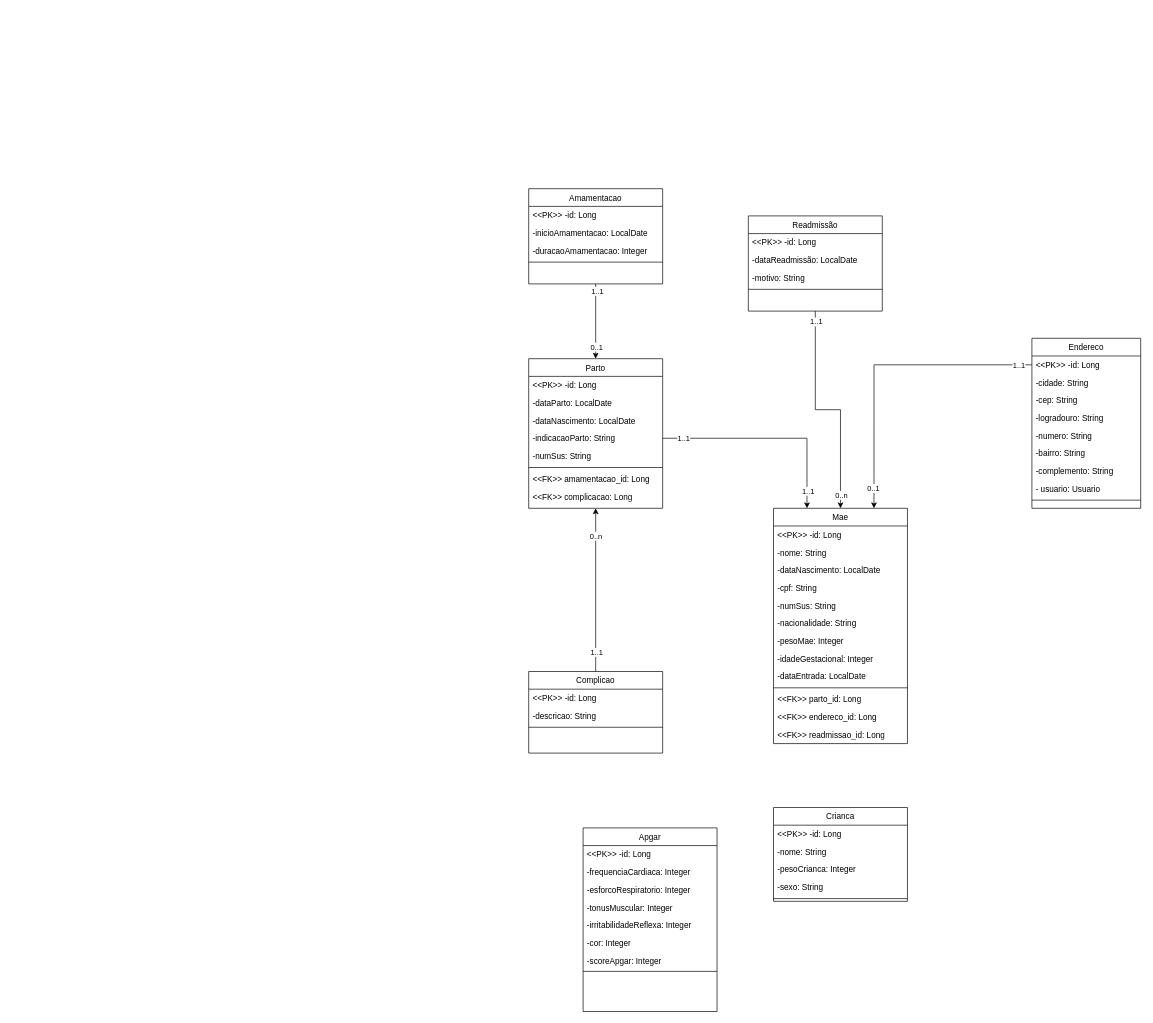
Earlier version of the draw.io diagram neonatal - diagrama de classe.drawio (Emerson66/hminsn). Source tidied: cells renumbered, new cells numbered last; positions are measured from the earlier drawing's top-left corner, leaving out a move shared by most shapes. Both pictures are drawn from the tidied source at 68%, with x=0, y=0 at pixel (528, 188).
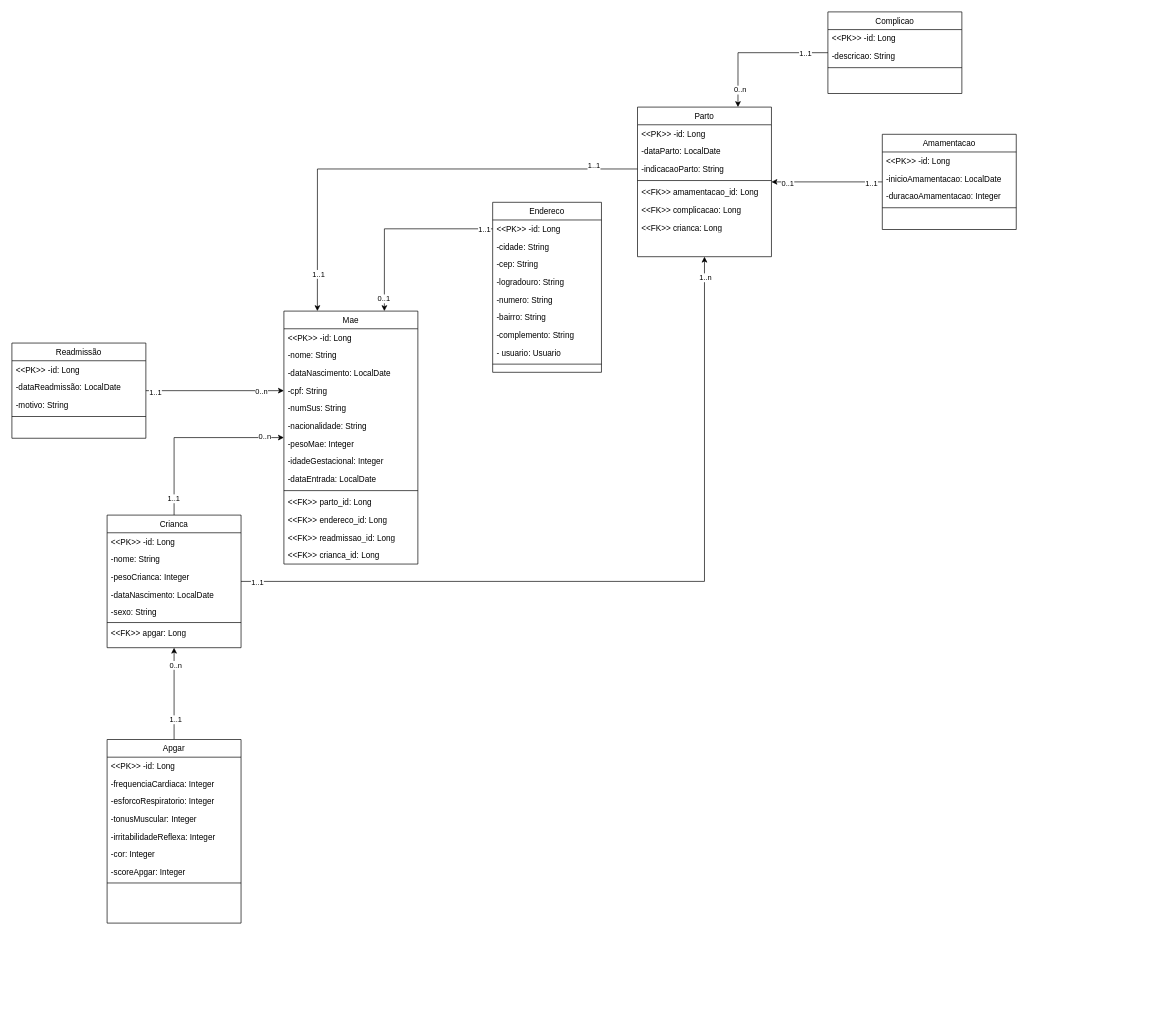
Above is the later version.

Unchanged cells that the change refers to:
```xml
<mxCell id="6" value="-cpf: String" style="text;align=left;verticalAlign=top;spacingLeft=4;spacingRight=4;overflow=hidden;points=[[0,0.5],[1,0.5]];portConstraint=eastwest;rounded=0;shadow=0;html=0;" parent="2" vertex="1">
  <mxGeometry y="104" width="197" height="26" as="geometry" />
</mxCell>
```

The edit, as a diff of the source:
```diff
@@
+    <mxCell id="79" style="edgeStyle=orthogonalEdgeStyle;rounded=0;jettySize=auto;html=1;entryX=0.5;entryY=0;entryDx=0;entryDy=0;endArrow=none;endFill=0;startArrow=classic;startFill=1;" parent="1" edge="1" source="2" target="64">
+      <mxGeometry relative="1" as="geometry" />
+    </mxCell>
+    <mxCell id="80" value="1..1" style="edgeLabel;html=1;align=center;verticalAlign=middle;" parent="79" vertex="1">
+      <mxGeometry x="0.82" y="-1" relative="1" as="geometry" />
+    </mxCell>
+    <mxCell id="81" value="0..n" style="edgeLabel;html=1;align=center;verticalAlign=middle;" parent="79" vertex="1">
+      <mxGeometry x="-0.83" y="1" relative="1" as="geometry">
+        <mxPoint x="-6" y="-4" as="offset" />
+      </mxGeometry>
+    </mxCell>
     <mxCell id="2" value="Mae" style="swimlane;fontStyle=0;align=center;verticalAlign=top;horizontal=1;startSize=26;rounded=0;shadow=0;strokeWidth=1;" parent="1" vertex="1">
-      <mxGeometry x="360" y="470" width="197" height="346" as="geometry" />
+      <mxGeometry x="-360" y="180" width="197" height="372" as="geometry" />
     </mxCell>
@@
+    <mxCell id="82" value="&amp;lt;&amp;lt;FK&amp;gt;&amp;gt; crianca_id&lt;span style=&quot;background-color: initial;&quot;&gt;: Long&lt;/span&gt;" style="text;strokeColor=none;fillColor=none;align=left;verticalAlign=top;spacingLeft=4;spacingRight=4;overflow=hidden;whiteSpace=wrap;html=1;" parent="2" vertex="1">
+      <mxGeometry y="346" width="197" height="26" as="geometry" />
+    </mxCell>
     <mxCell id="16" value="Endereco" style="swimlane;fontStyle=0;align=center;verticalAlign=top;horizontal=1;startSize=26;rounded=0;shadow=0;strokeWidth=1;" parent="1" vertex="1">
-      <mxGeometry x="740" y="220" width="160" height="250" as="geometry" />
+      <mxGeometry x="-53" y="20" width="160" height="250" as="geometry" />
     </mxCell>
@@
     <mxCell id="29" value="Parto" style="swimlane;fontStyle=0;align=center;verticalAlign=top;horizontal=1;startSize=26;rounded=0;shadow=0;strokeWidth=1;" parent="1" vertex="1">
-      <mxGeometry y="250" width="197" height="220" as="geometry" />
+      <mxGeometry x="160" y="-120" width="197" height="220" as="geometry" />
     </mxCell>
@@
-    <mxCell id="32" value="-dataNascimento: LocalDate" style="text;align=left;verticalAlign=top;spacingLeft=4;spacingRight=4;overflow=hidden;rounded=0;shadow=0;html=0;" parent="29" vertex="1">
-      <mxGeometry y="78" width="197" height="26" as="geometry" />
-    </mxCell>
     <mxCell id="33" value="-indicacaoParto: String" style="text;align=left;verticalAlign=top;spacingLeft=4;spacingRight=4;overflow=hidden;points=[[0,0.5],[1,0.5]];portConstraint=eastwest;rounded=0;shadow=0;html=0;" parent="29" vertex="1">
-      <mxGeometry y="104" width="197" height="26" as="geometry" />
+      <mxGeometry y="78" width="197" height="26" as="geometry" />
     </mxCell>
-    <mxCell id="34" value="-numSus: String" style="text;align=left;verticalAlign=top;spacingLeft=4;spacingRight=4;overflow=hidden;rounded=0;shadow=0;html=0;" parent="29" vertex="1">
-      <mxGeometry y="130" width="197" height="26" as="geometry" />
-    </mxCell>
     <mxCell id="35" style="line;strokeWidth=1;fillColor=none;align=left;verticalAlign=middle;spacingTop=-1;spacingLeft=3;spacingRight=3;labelPosition=right;strokeColor=inherit;" parent="29" vertex="1">
-      <mxGeometry y="156" width="197" height="8" as="geometry" />
+      <mxGeometry y="104" width="197" height="8" as="geometry" />
     </mxCell>
     <mxCell id="36" value="&amp;lt;&amp;lt;FK&amp;gt;&amp;gt; amamentacao_id&lt;span style=&quot;background-color: initial;&quot;&gt;: Long&lt;/span&gt;" style="text;strokeColor=none;fillColor=none;align=left;verticalAlign=top;spacingLeft=4;spacingRight=4;overflow=hidden;whiteSpace=wrap;html=1;" parent="29" vertex="1">
-      <mxGeometry y="164" width="197" height="26" as="geometry" />
+      <mxGeometry y="112" width="197" height="26" as="geometry" />
     </mxCell>
     <mxCell id="37" value="&amp;lt;&amp;lt;FK&amp;gt;&amp;gt; complicacao&lt;span style=&quot;background-color: initial;&quot;&gt;: Long&lt;/span&gt;" style="text;strokeColor=none;fillColor=none;align=left;verticalAlign=top;spacingLeft=4;spacingRight=4;overflow=hidden;whiteSpace=wrap;html=1;" parent="29" vertex="1">
-      <mxGeometry y="190" width="197" height="26" as="geometry" />
+      <mxGeometry y="138" width="197" height="26" as="geometry" />
     </mxCell>
+    <mxCell id="83" value="&amp;lt;&amp;lt;FK&amp;gt;&amp;gt; crianca&lt;span style=&quot;background-color: initial;&quot;&gt;: Long&lt;/span&gt;" style="text;strokeColor=none;fillColor=none;align=left;verticalAlign=top;spacingLeft=4;spacingRight=4;overflow=hidden;whiteSpace=wrap;html=1;" parent="29" vertex="1">
+      <mxGeometry y="164" width="197" height="26" as="geometry" />
+    </mxCell>
@@
+    <mxCell id="84" style="edgeStyle=orthogonalEdgeStyle;rounded=0;jettySize=auto;html=1;entryX=0.75;entryY=0;entryDx=0;entryDy=0;" parent="1" edge="1" source="41" target="29">
+      <mxGeometry relative="1" as="geometry" />
+    </mxCell>
+    <mxCell id="85" value="1..1" style="edgeLabel;html=1;align=center;verticalAlign=middle;" parent="84" vertex="1">
+      <mxGeometry x="-0.69" y="1" relative="1" as="geometry">
+        <mxPoint x="-1" as="offset" />
+      </mxGeometry>
+    </mxCell>
+    <mxCell id="86" value="0..n" style="edgeLabel;html=1;align=center;verticalAlign=middle;" parent="84" vertex="1">
+      <mxGeometry x="0.76" y="3" relative="1" as="geometry" />
+    </mxCell>
     <mxCell id="41" value="Complicao" style="swimlane;fontStyle=0;align=center;verticalAlign=top;horizontal=1;startSize=26;rounded=0;shadow=0;strokeWidth=1;" parent="1" vertex="1">
-      <mxGeometry y="710" width="197" height="120" as="geometry" />
+      <mxGeometry x="440" y="-260" width="197" height="120" as="geometry" />
     </mxCell>
@@
-    <mxCell id="45" style="edgeStyle=orthogonalEdgeStyle;rounded=0;jettySize=auto;html=1;entryX=0.5;entryY=0;entryDx=0;entryDy=0;endArrow=none;endFill=0;strokeColor=default;startArrow=classic;startFill=1;" parent="1" edge="1" source="29" target="41">
-      <mxGeometry relative="1" as="geometry" />
-    </mxCell>
-    <mxCell id="46" value="0..n" style="edgeLabel;html=1;align=center;verticalAlign=middle;" parent="45" vertex="1">
-      <mxGeometry x="-0.67" y="3" relative="1" as="geometry">
-        <mxPoint x="-3" as="offset" />
-      </mxGeometry>
-    </mxCell>
-    <mxCell id="47" value="1..1" style="edgeLabel;html=1;align=center;verticalAlign=middle;" parent="45" vertex="1">
-      <mxGeometry x="0.91" y="1" relative="1" as="geometry">
-        <mxPoint y="-18" as="offset" />
-      </mxGeometry>
-    </mxCell>
-    <mxCell id="48" style="edgeStyle=orthogonalEdgeStyle;rounded=0;jettySize=auto;html=1;entryX=0.5;entryY=0;entryDx=0;entryDy=0;" parent="1" edge="1" source="51" target="29">
+    <mxCell id="48" style="edgeStyle=orthogonalEdgeStyle;rounded=0;jettySize=auto;html=1;" parent="1" edge="1" source="51" target="29">
       <mxGeometry relative="1" as="geometry" />
     </mxCell>
-    <mxCell id="49" value="1..1" style="edgeLabel;html=1;align=center;verticalAlign=middle;" parent="48" vertex="1">
-      <mxGeometry x="-0.82" y="2" relative="1" as="geometry" />
-    </mxCell>
     <mxCell id="50" value="0..1" style="edgeLabel;html=1;align=center;verticalAlign=middle;" parent="48" vertex="1">
-      <mxGeometry x="0.67" y="1" relative="1" as="geometry" />
+      <mxGeometry x="0.71" y="2" relative="1" as="geometry">
+        <mxPoint x="-1" as="offset" />
+      </mxGeometry>
     </mxCell>
+    <mxCell id="87" value="1..1" style="edgeLabel;html=1;align=center;verticalAlign=middle;" parent="48" vertex="1">
+      <mxGeometry x="-0.78" y="1" relative="1" as="geometry">
+        <mxPoint x="1" as="offset" />
+      </mxGeometry>
+    </mxCell>
     <mxCell id="51" value="Amamentacao" style="swimlane;fontStyle=0;align=center;verticalAlign=top;horizontal=1;startSize=26;rounded=0;shadow=0;strokeWidth=1;" parent="1" vertex="1">
-      <mxGeometry width="197" height="140" as="geometry" />
+      <mxGeometry x="520" y="-80" width="197" height="140" as="geometry" />
     </mxCell>
@@
-    <mxCell id="56" style="edgeStyle=orthogonalEdgeStyle;rounded=0;jettySize=auto;html=1;entryX=0.5;entryY=0;entryDx=0;entryDy=0;" parent="1" edge="1" source="59" target="2">
-      <mxGeometry relative="1" as="geometry" />
-    </mxCell>
-    <mxCell id="57" value="1..1" style="edgeLabel;html=1;align=center;verticalAlign=middle;" parent="56" vertex="1">
-      <mxGeometry x="-0.91" y="1" relative="1" as="geometry" />
-    </mxCell>
-    <mxCell id="58" value="0..n" style="edgeLabel;html=1;align=center;verticalAlign=middle;" parent="56" vertex="1">
-      <mxGeometry x="0.88" y="1" relative="1" as="geometry" />
-    </mxCell>
+    <mxCell id="88" style="edgeStyle=orthogonalEdgeStyle;rounded=0;jettySize=auto;html=1;entryX=0;entryY=0.5;entryDx=0;entryDy=0;" parent="1" edge="1" source="59" target="6">
+      <mxGeometry relative="1" as="geometry" />
+    </mxCell>
+    <mxCell id="89" value="1..1" style="edgeLabel;html=1;align=center;verticalAlign=middle;" parent="88" vertex="1">
+      <mxGeometry x="-0.87" y="-2" relative="1" as="geometry" />
+    </mxCell>
+    <mxCell id="90" value="0..n" style="edgeLabel;html=1;align=center;verticalAlign=middle;" parent="88" vertex="1">
+      <mxGeometry x="0.66" y="-1" relative="1" as="geometry">
+        <mxPoint x="1" as="offset" />
+      </mxGeometry>
+    </mxCell>
     <mxCell id="59" value="Readmissão" style="swimlane;fontStyle=0;align=center;verticalAlign=top;horizontal=1;startSize=26;rounded=0;shadow=0;strokeWidth=1;" parent="1" vertex="1">
-      <mxGeometry x="323" y="40" width="197" height="140" as="geometry" />
+      <mxGeometry x="-760" y="227" width="197" height="140" as="geometry" />
     </mxCell>
@@
+    <mxCell id="91" style="edgeStyle=orthogonalEdgeStyle;rounded=0;jettySize=auto;html=1;" parent="1" edge="1" source="64" target="29">
+      <mxGeometry relative="1" as="geometry" />
+    </mxCell>
+    <mxCell id="92" value="1..1" style="edgeLabel;html=1;align=center;verticalAlign=middle;" parent="91" vertex="1">
+      <mxGeometry x="-0.79" y="2" relative="1" as="geometry">
+        <mxPoint x="-99" y="4" as="offset" />
+      </mxGeometry>
+    </mxCell>
+    <mxCell id="93" value="1..n" style="edgeLabel;html=1;align=center;verticalAlign=middle;" parent="91" vertex="1">
+      <mxGeometry x="0.7" y="-2" relative="1" as="geometry">
+        <mxPoint x="-1" y="-144" as="offset" />
+      </mxGeometry>
+    </mxCell>
+    <mxCell id="94" style="edgeStyle=orthogonalEdgeStyle;rounded=0;jettySize=auto;html=1;entryX=0.5;entryY=0;entryDx=0;entryDy=0;endArrow=none;endFill=0;startArrow=classic;startFill=1;" parent="1" edge="1" source="64" target="70">
+      <mxGeometry relative="1" as="geometry" />
+    </mxCell>
+    <mxCell id="95" value="0..n" style="edgeLabel;html=1;align=center;verticalAlign=middle;" parent="94" vertex="1">
+      <mxGeometry relative="1" as="geometry">
+        <mxPoint x="2" y="-43" as="offset" />
+      </mxGeometry>
+    </mxCell>
+    <mxCell id="96" value="1..1" style="edgeLabel;html=1;align=center;verticalAlign=middle;fillOpacity=100;rotation=0;" parent="94" vertex="1">
+      <mxGeometry relative="1" as="geometry">
+        <mxPoint x="2" y="37" as="offset" />
+      </mxGeometry>
+    </mxCell>
     <mxCell id="64" value="Crianca" style="swimlane;fontStyle=0;align=center;verticalAlign=top;horizontal=1;startSize=26;rounded=0;shadow=0;strokeWidth=1;" parent="1" vertex="1">
-      <mxGeometry x="360" y="910" width="197" height="138" as="geometry" />
+      <mxGeometry x="-620" y="480" width="197" height="195" as="geometry" />
     </mxCell>
@@
+    <mxCell id="32" value="-dataNascimento: LocalDate" style="text;align=left;verticalAlign=top;spacingLeft=4;spacingRight=4;overflow=hidden;rounded=0;shadow=0;html=0;" parent="64" vertex="1">
+      <mxGeometry y="104" width="197" height="26" as="geometry" />
+    </mxCell>
     <mxCell id="68" value="-sexo: String" style="text;align=left;verticalAlign=top;spacingLeft=4;spacingRight=4;overflow=hidden;rounded=0;shadow=0;html=0;" parent="64" vertex="1">
-      <mxGeometry y="104" width="197" height="26" as="geometry" />
+      <mxGeometry y="130" width="197" height="26" as="geometry" />
     </mxCell>
     <mxCell id="69" style="line;strokeWidth=1;fillColor=none;align=left;verticalAlign=middle;spacingTop=-1;spacingLeft=3;spacingRight=3;labelPosition=right;strokeColor=inherit;" parent="64" vertex="1">
-      <mxGeometry y="130" width="197" height="8" as="geometry" />
+      <mxGeometry y="156" width="197" height="4" as="geometry" />
     </mxCell>
+    <mxCell id="97" value="&amp;lt;&amp;lt;FK&amp;gt;&amp;gt; apgar&lt;span style=&quot;background-color: initial;&quot;&gt;: Long&lt;/span&gt;" style="text;strokeColor=none;fillColor=none;align=left;verticalAlign=top;spacingLeft=4;spacingRight=4;overflow=hidden;whiteSpace=wrap;html=1;" parent="64" vertex="1">
+      <mxGeometry y="160" width="197" height="26" as="geometry" />
+    </mxCell>
     <mxCell id="70" value="Apgar" style="swimlane;fontStyle=0;align=center;verticalAlign=top;horizontal=1;startSize=26;rounded=0;shadow=0;strokeWidth=1;" parent="1" vertex="1">
-      <mxGeometry x="80" y="940" width="197" height="270" as="geometry" />
+      <mxGeometry x="-620" y="810" width="197" height="270" as="geometry" />
     </mxCell>
```
